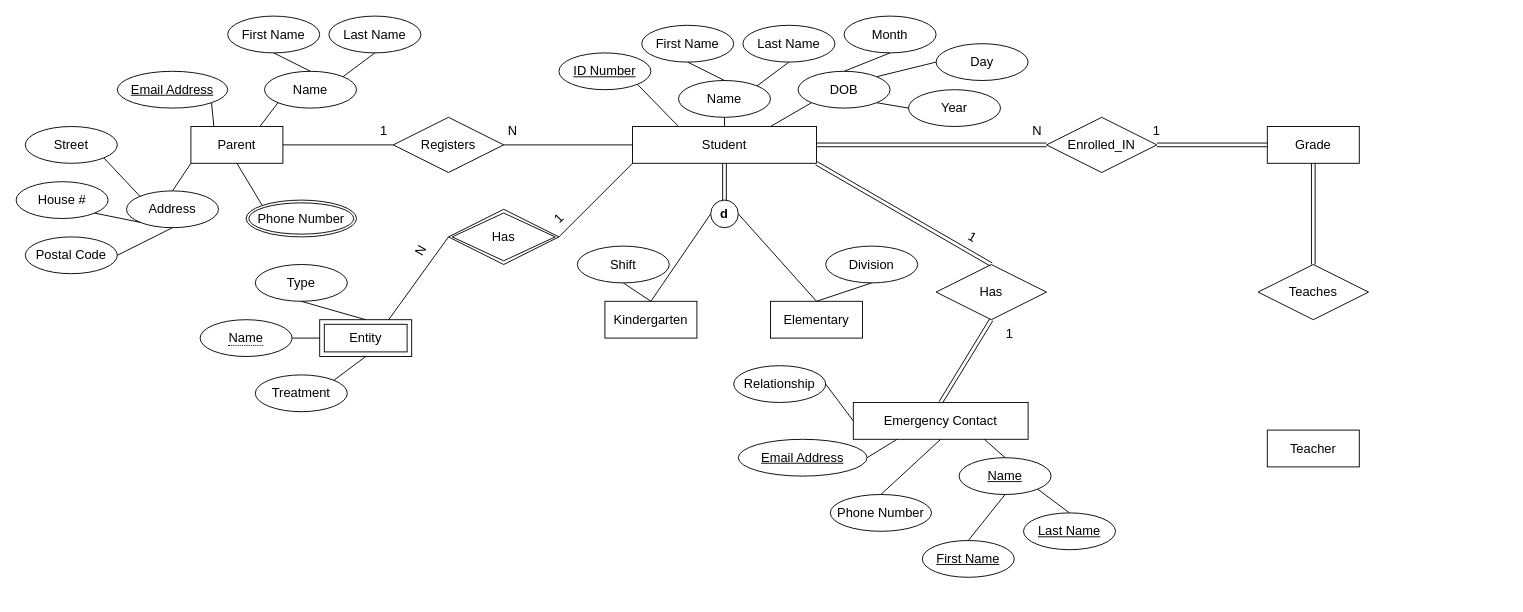
Above: EERD-Assignment-1.drawio in HAZberi/ensf-608-assignment1-eerd (draw.io), before the change. Source tidied: cells renumbered, new cells numbered last; positions are measured from the earlier drawing's top-left corner, leaving out a move shared by most shapes. Both pictures are drawn from the tidied source at 92%, with x=0, y=0 at pixel (16, 16).
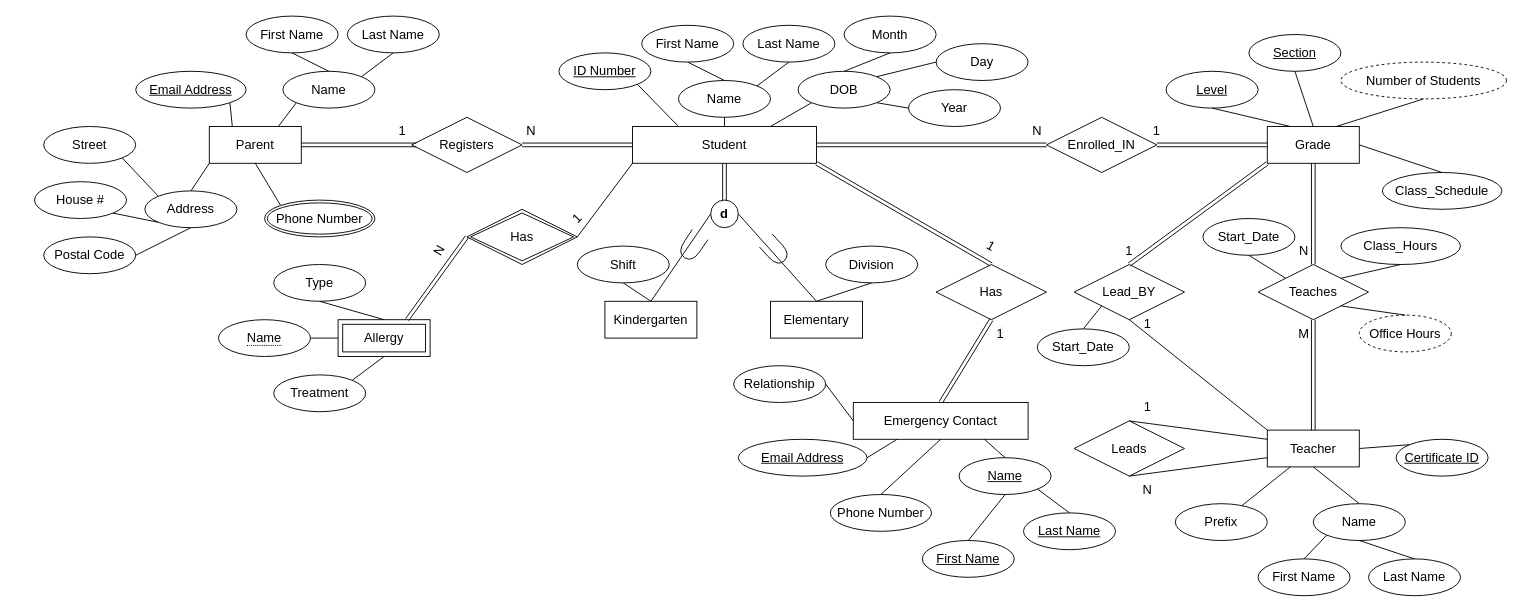
The same page after the edit.

Unchanged cells that the change refers to:
```xml
<mxCell id="2" value="&lt;font style=&quot;font-size: 14px;&quot;&gt;Student&lt;/font&gt;" style="whiteSpace=wrap;html=1;align=center;" parent="1" vertex="1">
  <mxGeometry x="670" y="120" width="200" height="40" as="geometry" />
</mxCell>
<mxCell id="83" value="Grade" style="whiteSpace=wrap;html=1;align=center;fontSize=14;" parent="1" vertex="1">
  <mxGeometry x="1360" y="120" width="100" height="40" as="geometry" />
</mxCell>
<mxCell id="89" value="Teaches" style="shape=rhombus;perimeter=rhombusPerimeter;whiteSpace=wrap;html=1;align=center;fontSize=14;" parent="1" vertex="1">
  <mxGeometry x="1350" y="270" width="120" height="60" as="geometry" />
</mxCell>
<mxCell id="91" value="Teacher" style="whiteSpace=wrap;html=1;align=center;fontSize=14;" parent="1" vertex="1">
  <mxGeometry x="1360" y="450" width="100" height="40" as="geometry" />
</mxCell>
```

Diff of the diagram source:
```diff
@@
     <mxCell id="29" value="&lt;span style=&quot;color: rgb(0, 0, 0); font-family: Helvetica; font-size: 14px; font-style: normal; font-variant-ligatures: normal; font-variant-caps: normal; font-weight: 400; letter-spacing: normal; orphans: 2; text-align: center; text-indent: 0px; text-transform: none; widows: 2; word-spacing: 0px; -webkit-text-stroke-width: 0px; background-color: rgb(248, 249, 250); text-decoration-thickness: initial; text-decoration-style: initial; text-decoration-color: initial; float: none; display: inline !important;&quot;&gt;N&lt;/span&gt;" style="text;html=1;strokeColor=none;fillColor=none;align=center;verticalAlign=middle;whiteSpace=wrap;rounded=0;fontSize=14;" parent="1" vertex="1">
-      <mxGeometry x="510" y="110" width="60" height="30" as="geometry" />
+      <mxGeometry x="530" y="110" width="60" height="30" as="geometry" />
     </mxCell>
-    <mxCell id="30" style="endArrow=none;html=1;rounded=0;fontSize=14;entryX=0;entryY=0.5;entryDx=0;entryDy=0;exitX=1;exitY=0.5;exitDx=0;exitDy=0;" parent="1" edge="1" source="31" target="2">
-      <mxGeometry relative="1" as="geometry" />
-    </mxCell>
     <mxCell id="31" value="Registers" style="shape=rhombus;perimeter=rhombusPerimeter;whiteSpace=wrap;html=1;align=center;fontSize=14;" parent="1" vertex="1">
-      <mxGeometry x="410" y="110" width="120" height="60" as="geometry" />
+      <mxGeometry x="430" y="110" width="120" height="60" as="geometry" />
     </mxCell>
     <mxCell id="32" value="Parent" style="whiteSpace=wrap;html=1;align=center;fontSize=14;" parent="1" vertex="1">
-      <mxGeometry x="190" y="120" width="100" height="40" as="geometry" />
+      <mxGeometry x="210" y="120" width="100" height="40" as="geometry" />
     </mxCell>
-    <mxCell id="33" style="endArrow=none;html=1;rounded=0;fontSize=14;entryX=0;entryY=0.5;entryDx=0;entryDy=0;exitX=1;exitY=0.5;exitDx=0;exitDy=0;" parent="1" edge="1" source="32" target="31">
-      <mxGeometry relative="1" as="geometry" />
-    </mxCell>
     <mxCell id="34" value="1" style="text;html=1;strokeColor=none;fillColor=none;align=center;verticalAlign=middle;whiteSpace=wrap;rounded=0;fontSize=14;" parent="1" vertex="1">
-      <mxGeometry x="370" y="110" width="60" height="30" as="geometry" />
+      <mxGeometry x="390" y="110" width="60" height="30" as="geometry" />
     </mxCell>
     <mxCell id="35" value="Name" style="ellipse;whiteSpace=wrap;html=1;align=center;fontSize=14;" parent="1" vertex="1">
-      <mxGeometry x="270" y="60" width="100" height="40" as="geometry" />
+      <mxGeometry x="290" y="60" width="100" height="40" as="geometry" />
     </mxCell>
     <mxCell id="36" value="Last Name" style="ellipse;whiteSpace=wrap;html=1;align=center;fontSize=14;" parent="1" vertex="1">
-      <mxGeometry x="340" width="100" height="40" as="geometry" />
+      <mxGeometry x="360" width="100" height="40" as="geometry" />
     </mxCell>
     <mxCell id="37" value="First Name" style="ellipse;whiteSpace=wrap;html=1;align=center;fontSize=14;" parent="1" vertex="1">
-      <mxGeometry x="230" width="100" height="40" as="geometry" />
+      <mxGeometry x="250" width="100" height="40" as="geometry" />
     </mxCell>
@@
     <mxCell id="41" value="Email Address" style="ellipse;whiteSpace=wrap;html=1;align=center;fontStyle=4;fontSize=14;" parent="1" vertex="1">
-      <mxGeometry x="110" y="60" width="120" height="40" as="geometry" />
+      <mxGeometry x="130" y="60" width="120" height="40" as="geometry" />
     </mxCell>
@@
     <mxCell id="43" value="Address" style="ellipse;whiteSpace=wrap;html=1;align=center;fontSize=14;" parent="1" vertex="1">
-      <mxGeometry x="120" y="190" width="100" height="40" as="geometry" />
+      <mxGeometry x="140" y="190" width="100" height="40" as="geometry" />
     </mxCell>
@@
     <mxCell id="45" value="Postal Code" style="ellipse;whiteSpace=wrap;html=1;align=center;fontSize=14;" parent="1" vertex="1">
-      <mxGeometry x="10" y="240" width="100" height="40" as="geometry" />
+      <mxGeometry x="30" y="240" width="100" height="40" as="geometry" />
     </mxCell>
     <mxCell id="46" value="House #" style="ellipse;whiteSpace=wrap;html=1;align=center;fontSize=14;" parent="1" vertex="1">
-      <mxGeometry y="180" width="100" height="40" as="geometry" />
+      <mxGeometry x="20" y="180" width="100" height="40" as="geometry" />
     </mxCell>
     <mxCell id="47" value="Street" style="ellipse;whiteSpace=wrap;html=1;align=center;fontSize=14;" parent="1" vertex="1">
-      <mxGeometry x="10" y="120" width="100" height="40" as="geometry" />
+      <mxGeometry x="30" y="120" width="100" height="40" as="geometry" />
     </mxCell>
@@
     <mxCell id="51" value="Phone Number" style="ellipse;shape=doubleEllipse;margin=3;whiteSpace=wrap;html=1;align=center;fontSize=14;" parent="1" vertex="1">
-      <mxGeometry x="250" y="200" width="120" height="40" as="geometry" />
+      <mxGeometry x="270" y="200" width="120" height="40" as="geometry" />
     </mxCell>
@@
     <mxCell id="53" value="Has" style="shape=rhombus;double=1;perimeter=rhombusPerimeter;whiteSpace=wrap;html=1;align=center;fontSize=14;" parent="1" vertex="1">
-      <mxGeometry x="470" y="210" width="120" height="60" as="geometry" />
+      <mxGeometry x="490" y="210" width="120" height="60" as="geometry" />
     </mxCell>
@@
     <mxCell id="55" value="1" style="text;html=1;strokeColor=none;fillColor=none;align=center;verticalAlign=middle;whiteSpace=wrap;rounded=0;fontSize=14;rotation=-45;" parent="1" vertex="1">
-      <mxGeometry x="560" y="205" width="60" height="30" as="geometry" />
+      <mxGeometry x="580" y="205" width="60" height="30" as="geometry" />
     </mxCell>
-    <mxCell id="56" value="Entity" style="shape=ext;margin=3;double=1;whiteSpace=wrap;html=1;align=center;fontSize=14;" parent="1" vertex="1">
-      <mxGeometry x="330" y="330" width="100" height="40" as="geometry" />
+    <mxCell id="56" value="Allergy" style="shape=ext;margin=3;double=1;whiteSpace=wrap;html=1;align=center;fontSize=14;" parent="1" vertex="1">
+      <mxGeometry x="350" y="330" width="100" height="40" as="geometry" />
     </mxCell>
-    <mxCell id="57" style="endArrow=none;html=1;rounded=0;fontSize=14;entryX=0;entryY=0.5;entryDx=0;entryDy=0;exitX=0.75;exitY=0;exitDx=0;exitDy=0;" parent="1" edge="1" source="56" target="53">
-      <mxGeometry relative="1" as="geometry" />
-    </mxCell>
     <mxCell id="58" value="N" style="text;html=1;strokeColor=none;fillColor=none;align=center;verticalAlign=middle;whiteSpace=wrap;rounded=0;fontSize=14;rotation=-60;" parent="1" vertex="1">
-      <mxGeometry x="410" y="240" width="60" height="30" as="geometry" />
+      <mxGeometry x="430" y="240" width="60" height="30" as="geometry" />
     </mxCell>
     <mxCell id="59" value="Type" style="ellipse;whiteSpace=wrap;html=1;align=center;fontSize=14;" parent="1" vertex="1">
-      <mxGeometry x="260" y="270" width="100" height="40" as="geometry" />
+      <mxGeometry x="280" y="270" width="100" height="40" as="geometry" />
     </mxCell>
     <mxCell id="60" value="Treatment" style="ellipse;whiteSpace=wrap;html=1;align=center;fontSize=14;" parent="1" vertex="1">
-      <mxGeometry x="260" y="390" width="100" height="40" as="geometry" />
+      <mxGeometry x="280" y="390" width="100" height="40" as="geometry" />
     </mxCell>
@@
     <mxCell id="64" value="&lt;span style=&quot;border-bottom: 1px dotted&quot;&gt;Name&lt;/span&gt;" style="ellipse;whiteSpace=wrap;html=1;align=center;fontSize=14;" parent="1" vertex="1">
-      <mxGeometry x="200" y="330" width="100" height="40" as="geometry" />
+      <mxGeometry x="220" y="330" width="100" height="40" as="geometry" />
     </mxCell>
@@
     <mxCell id="67" value="1" style="text;html=1;strokeColor=none;fillColor=none;align=center;verticalAlign=middle;whiteSpace=wrap;rounded=0;fontSize=14;rotation=30;" parent="1" vertex="1">
-      <mxGeometry x="1010" y="225" width="60" height="30" as="geometry" />
+      <mxGeometry x="1030" y="235" width="60" height="30" as="geometry" />
     </mxCell>
     <mxCell id="68" value="&lt;span style=&quot;color: rgb(0, 0, 0); font-family: Helvetica; font-size: 14px; font-style: normal; font-variant-ligatures: normal; font-variant-caps: normal; font-weight: 400; letter-spacing: normal; orphans: 2; text-align: center; text-indent: 0px; text-transform: none; widows: 2; word-spacing: 0px; -webkit-text-stroke-width: 0px; background-color: rgb(248, 249, 250); text-decoration-thickness: initial; text-decoration-style: initial; text-decoration-color: initial; float: none; display: inline !important;&quot;&gt;1&lt;/span&gt;" style="text;html=1;strokeColor=none;fillColor=none;align=center;verticalAlign=middle;whiteSpace=wrap;rounded=0;fontSize=14;" parent="1" vertex="1">
-      <mxGeometry x="1050" y="330" width="60" height="30" as="geometry" />
+      <mxGeometry x="1040" y="330" width="60" height="30" as="geometry" />
     </mxCell>
@@
+    <mxCell id="92" style="shape=link;html=1;rounded=0;fontSize=14;exitX=0.5;exitY=1;exitDx=0;exitDy=0;entryX=0.5;entryY=0;entryDx=0;entryDy=0;" parent="1" edge="1" source="89" target="91">
+      <mxGeometry relative="1" as="geometry" />
+    </mxCell>
+    <mxCell id="93" value="Class_Hours" style="ellipse;whiteSpace=wrap;html=1;align=center;fontSize=14;" parent="1" vertex="1">
+      <mxGeometry x="1440" y="230" width="130" height="40" as="geometry" />
+    </mxCell>
+    <mxCell id="94" value="Start_Date" style="ellipse;whiteSpace=wrap;html=1;align=center;fontSize=14;" parent="1" vertex="1">
+      <mxGeometry x="1290" y="220" width="100" height="40" as="geometry" />
+    </mxCell>
+    <mxCell id="95" style="endArrow=none;html=1;rounded=0;fontSize=14;exitX=0.5;exitY=1;exitDx=0;exitDy=0;entryX=0;entryY=0;entryDx=0;entryDy=0;" parent="1" edge="1" source="94" target="89">
+      <mxGeometry relative="1" as="geometry" />
+    </mxCell>
+    <mxCell id="96" style="endArrow=none;html=1;rounded=0;fontSize=14;entryX=0.5;entryY=1;entryDx=0;entryDy=0;exitX=1;exitY=0;exitDx=0;exitDy=0;" parent="1" edge="1" source="89" target="93">
+      <mxGeometry relative="1" as="geometry" />
+    </mxCell>
+    <mxCell id="97" value="N" style="text;html=1;strokeColor=none;fillColor=none;align=center;verticalAlign=middle;whiteSpace=wrap;rounded=0;fontSize=14;" parent="1" vertex="1">
+      <mxGeometry x="1370" y="240" width="60" height="30" as="geometry" />
+    </mxCell>
+    <mxCell id="98" value="M" style="text;html=1;strokeColor=none;fillColor=none;align=center;verticalAlign=middle;whiteSpace=wrap;rounded=0;fontSize=14;" parent="1" vertex="1">
+      <mxGeometry x="1370" y="330" width="60" height="30" as="geometry" />
+    </mxCell>
+    <mxCell id="99" style="group;strokeWidth=7;rotation=-235;" parent="1" vertex="1">
+      <mxGeometry x="720" y="240" width="30" height="20" as="geometry" />
+    </mxCell>
+    <mxCell id="100" style="endArrow=none;html=1;rounded=0;fontSize=14;" parent="99" edge="1">
+      <mxGeometry relative="1" as="geometry">
+        <mxPoint x="32" y="3" as="sourcePoint" />
+        <mxPoint x="23" y="16" as="targetPoint" />
+      </mxGeometry>
+    </mxCell>
+    <mxCell id="101" style="endArrow=none;html=1;rounded=0;fontSize=14;" parent="99" edge="1">
+      <mxGeometry relative="1" as="geometry">
+        <mxPoint x="15" y="-8" as="sourcePoint" />
+        <mxPoint x="7" y="4" as="targetPoint" />
+      </mxGeometry>
+    </mxCell>
+    <mxCell id="102" style="curved=1;endArrow=none;html=1;rounded=0;fontSize=14;endFill=0;" parent="99" edge="1">
+      <mxGeometry relative="1" as="geometry">
+        <mxPoint x="7" y="4" as="sourcePoint" />
+        <mxPoint x="23" y="16" as="targetPoint" />
+        <Array as="points">
+          <mxPoint x="-2" y="17" />
+          <mxPoint x="15" y="28" />
+        </Array>
+      </mxGeometry>
+    </mxCell>
+    <mxCell id="103" style="group;strokeWidth=7;rotation=49;" parent="1" vertex="1">
+      <mxGeometry x="810" y="245" width="30" height="20" as="geometry" />
+    </mxCell>
+    <mxCell id="104" style="endArrow=none;html=1;rounded=0;fontSize=14;" parent="103" edge="1">
+      <mxGeometry relative="1" as="geometry">
+        <mxPoint x="12" y="-8" as="sourcePoint" />
+        <mxPoint x="23" y="4" as="targetPoint" />
+      </mxGeometry>
+    </mxCell>
+    <mxCell id="105" style="endArrow=none;html=1;rounded=0;fontSize=14;" parent="103" edge="1">
+      <mxGeometry relative="1" as="geometry">
+        <mxPoint x="-2" y="6" as="sourcePoint" />
+        <mxPoint x="7" y="16" as="targetPoint" />
+      </mxGeometry>
+    </mxCell>
+    <mxCell id="106" style="curved=1;endArrow=none;html=1;rounded=0;fontSize=14;endFill=0;" parent="103" edge="1">
+      <mxGeometry relative="1" as="geometry">
+        <mxPoint x="7" y="16" as="sourcePoint" />
+        <mxPoint x="23" y="4" as="targetPoint" />
+        <Array as="points">
+          <mxPoint x="18" y="28" />
+          <mxPoint x="32" y="14" />
+        </Array>
+      </mxGeometry>
+    </mxCell>
+    <mxCell id="107" value="Last Name" style="ellipse;whiteSpace=wrap;html=1;align=center;strokeWidth=1;fontSize=14;" parent="1" vertex="1">
+      <mxGeometry x="1470" y="590" width="100" height="40" as="geometry" />
+    </mxCell>
+    <mxCell id="108" value="First Name" style="ellipse;whiteSpace=wrap;html=1;align=center;strokeWidth=1;fontSize=14;" parent="1" vertex="1">
+      <mxGeometry x="1350" y="590" width="100" height="40" as="geometry" />
+    </mxCell>
+    <mxCell id="109" value="Name" style="ellipse;whiteSpace=wrap;html=1;align=center;strokeWidth=1;fontSize=14;" parent="1" vertex="1">
+      <mxGeometry x="1410" y="530" width="100" height="40" as="geometry" />
+    </mxCell>
+    <mxCell id="110" value="&lt;u&gt;Certificate ID&lt;/u&gt;" style="ellipse;whiteSpace=wrap;html=1;align=center;strokeWidth=1;fontSize=14;" parent="1" vertex="1">
+      <mxGeometry x="1500" y="460" width="100" height="40" as="geometry" />
+    </mxCell>
+    <mxCell id="111" value="Prefix" style="ellipse;whiteSpace=wrap;html=1;align=center;strokeWidth=1;fontSize=14;" parent="1" vertex="1">
+      <mxGeometry x="1260" y="530" width="100" height="40" as="geometry" />
+    </mxCell>
+    <mxCell id="112" style="endArrow=none;html=1;rounded=0;fontSize=14;exitX=0;exitY=0;exitDx=0;exitDy=0;entryX=1;entryY=0.5;entryDx=0;entryDy=0;" parent="1" edge="1" source="110" target="91">
+      <mxGeometry relative="1" as="geometry" />
+    </mxCell>
+    <mxCell id="113" style="endArrow=none;html=1;rounded=0;fontSize=14;entryX=0.25;entryY=1;entryDx=0;entryDy=0;" parent="1" edge="1" source="111" target="91">
+      <mxGeometry relative="1" as="geometry" />
+    </mxCell>
+    <mxCell id="114" style="endArrow=none;html=1;rounded=0;fontSize=14;entryX=0.5;entryY=1;entryDx=0;entryDy=0;exitX=0.5;exitY=0;exitDx=0;exitDy=0;" parent="1" edge="1" source="109" target="91">
+      <mxGeometry relative="1" as="geometry" />
+    </mxCell>
+    <mxCell id="115" style="endArrow=none;html=1;rounded=0;fontSize=14;exitX=0.5;exitY=0;exitDx=0;exitDy=0;entryX=0;entryY=1;entryDx=0;entryDy=0;" parent="1" edge="1" source="108" target="109">
+      <mxGeometry relative="1" as="geometry" />
+    </mxCell>
+    <mxCell id="116" style="endArrow=none;html=1;rounded=0;fontSize=14;entryX=0.5;entryY=0;entryDx=0;entryDy=0;exitX=0.5;exitY=1;exitDx=0;exitDy=0;" parent="1" edge="1" source="109" target="107">
+      <mxGeometry relative="1" as="geometry" />
+    </mxCell>
+    <mxCell id="117" value="Number of Students" style="ellipse;whiteSpace=wrap;html=1;align=center;dashed=1;strokeWidth=1;fontSize=14;" parent="1" vertex="1">
+      <mxGeometry x="1440" y="50" width="180" height="40" as="geometry" />
+    </mxCell>
+    <mxCell id="118" style="endArrow=none;html=1;rounded=0;fontSize=14;entryX=0.5;entryY=1;entryDx=0;entryDy=0;exitX=0.75;exitY=0;exitDx=0;exitDy=0;" parent="1" edge="1" source="83" target="117">
+      <mxGeometry relative="1" as="geometry" />
+    </mxCell>
+    <mxCell id="119" value="&lt;u&gt;Level&lt;/u&gt;" style="ellipse;whiteSpace=wrap;html=1;align=center;strokeWidth=1;fontSize=14;" parent="1" vertex="1">
+      <mxGeometry x="1250" y="60" width="100" height="40" as="geometry" />
+    </mxCell>
+    <mxCell id="120" style="endArrow=none;html=1;rounded=0;fontSize=14;entryX=0.5;entryY=1;entryDx=0;entryDy=0;exitX=0.25;exitY=0;exitDx=0;exitDy=0;" parent="1" edge="1" source="83" target="119">
+      <mxGeometry relative="1" as="geometry" />
+    </mxCell>
+    <mxCell id="121" value="&lt;u&gt;Section&lt;/u&gt;" style="ellipse;whiteSpace=wrap;html=1;align=center;strokeWidth=1;fontSize=14;" parent="1" vertex="1">
+      <mxGeometry x="1340" y="20" width="100" height="40" as="geometry" />
+    </mxCell>
+    <mxCell id="122" style="endArrow=none;html=1;rounded=0;fontSize=14;entryX=0.5;entryY=0;entryDx=0;entryDy=0;exitX=0.5;exitY=1;exitDx=0;exitDy=0;" parent="1" edge="1" source="121" target="83">
+      <mxGeometry relative="1" as="geometry" />
+    </mxCell>
+    <mxCell id="123" value="Lead_BY" style="shape=rhombus;perimeter=rhombusPerimeter;whiteSpace=wrap;html=1;align=center;strokeWidth=1;fontSize=14;" parent="1" vertex="1">
+      <mxGeometry x="1150" y="270" width="120" height="60" as="geometry" />
+    </mxCell>
+    <mxCell id="124" style="endArrow=none;html=1;rounded=0;fontSize=14;exitX=0.5;exitY=1;exitDx=0;exitDy=0;entryX=0;entryY=0;entryDx=0;entryDy=0;" parent="1" edge="1" source="123" target="91">
+      <mxGeometry relative="1" as="geometry" />
+    </mxCell>
+    <mxCell id="125" value="1" style="text;html=1;strokeColor=none;fillColor=none;align=center;verticalAlign=middle;whiteSpace=wrap;rounded=0;fontSize=14;" parent="1" vertex="1">
+      <mxGeometry x="1200" y="320" width="60" height="30" as="geometry" />
+    </mxCell>
+    <mxCell id="126" style="shape=link;html=1;rounded=0;fontSize=14;endArrow=none;endFill=0;entryX=0;entryY=1;entryDx=0;entryDy=0;exitX=0.5;exitY=0;exitDx=0;exitDy=0;" parent="1" edge="1" source="123" target="83">
+      <mxGeometry relative="1" as="geometry" />
+    </mxCell>
+    <mxCell id="127" value="1" style="text;html=1;strokeColor=none;fillColor=none;align=center;verticalAlign=middle;whiteSpace=wrap;rounded=0;fontSize=14;" parent="1" vertex="1">
+      <mxGeometry x="1180" y="240" width="60" height="30" as="geometry" />
+    </mxCell>
+    <mxCell id="128" value="Leads" style="shape=rhombus;perimeter=rhombusPerimeter;whiteSpace=wrap;html=1;align=center;strokeWidth=1;fontSize=14;" parent="1" vertex="1">
+      <mxGeometry x="1150" y="440" width="120" height="60" as="geometry" />
+    </mxCell>
+    <mxCell id="129" style="endArrow=none;html=1;rounded=0;fontSize=14;entryX=0;entryY=0.25;entryDx=0;entryDy=0;exitX=0.5;exitY=0;exitDx=0;exitDy=0;" parent="1" edge="1" source="128" target="91">
+      <mxGeometry relative="1" as="geometry" />
+    </mxCell>
+    <mxCell id="130" style="endArrow=none;html=1;rounded=0;fontSize=14;entryX=0;entryY=0.75;entryDx=0;entryDy=0;exitX=0.5;exitY=1;exitDx=0;exitDy=0;" parent="1" edge="1" source="128" target="91">
+      <mxGeometry relative="1" as="geometry" />
+    </mxCell>
+    <mxCell id="131" value="1" style="text;html=1;strokeColor=none;fillColor=none;align=center;verticalAlign=middle;whiteSpace=wrap;rounded=0;fontSize=14;" parent="1" vertex="1">
+      <mxGeometry x="1200" y="410" width="60" height="30" as="geometry" />
+    </mxCell>
+    <mxCell id="132" value="N" style="text;html=1;strokeColor=none;fillColor=none;align=center;verticalAlign=middle;whiteSpace=wrap;rounded=0;fontSize=14;" parent="1" vertex="1">
+      <mxGeometry x="1200" y="500" width="60" height="30" as="geometry" />
+    </mxCell>
+    <mxCell id="133" value="Start_Date" style="ellipse;whiteSpace=wrap;html=1;align=center;fontSize=14;" parent="1" vertex="1">
+      <mxGeometry x="1110" y="340" width="100" height="40" as="geometry" />
+    </mxCell>
+    <mxCell id="134" style="endArrow=none;html=1;rounded=0;fontSize=14;entryX=0;entryY=1;entryDx=0;entryDy=0;exitX=0.5;exitY=0;exitDx=0;exitDy=0;" parent="1" edge="1" source="133" target="123">
+      <mxGeometry relative="1" as="geometry" />
+    </mxCell>
+    <mxCell id="135" value="Class_Schedule" style="ellipse;whiteSpace=wrap;html=1;align=center;strokeWidth=1;fontSize=14;" parent="1" vertex="1">
+      <mxGeometry x="1485" y="170" width="130" height="40" as="geometry" />
+    </mxCell>
+    <mxCell id="136" style="endArrow=none;html=1;rounded=0;fontSize=14;entryX=1;entryY=0.5;entryDx=0;entryDy=0;exitX=0.5;exitY=0;exitDx=0;exitDy=0;" parent="1" edge="1" source="135" target="83">
+      <mxGeometry relative="1" as="geometry" />
+    </mxCell>
+    <mxCell id="137" value="Office Hours" style="ellipse;whiteSpace=wrap;html=1;align=center;dashed=1;strokeWidth=1;fontSize=14;" parent="1" vertex="1">
+      <mxGeometry x="1460" y="325" width="100" height="40" as="geometry" />
+    </mxCell>
+    <mxCell id="138" style="endArrow=none;html=1;rounded=0;fontSize=14;entryX=0.5;entryY=0;entryDx=0;entryDy=0;exitX=1;exitY=1;exitDx=0;exitDy=0;" parent="1" edge="1" source="89" target="137">
+      <mxGeometry relative="1" as="geometry" />
+    </mxCell>
+    <mxCell id="57" style="shape=link;html=1;rounded=0;fontSize=14;endArrow=none;endFill=0;exitX=0.75;exitY=0;exitDx=0;exitDy=0;entryX=0;entryY=0.5;entryDx=0;entryDy=0;" parent="1" edge="1" source="56" target="53">
+      <mxGeometry relative="1" as="geometry" />
+    </mxCell>
+    <mxCell id="139" style="shape=link;html=1;rounded=0;fontSize=14;endArrow=none;endFill=0;entryX=0.75;entryY=1;entryDx=0;entryDy=0;exitX=1;exitY=0.5;exitDx=0;exitDy=0;" parent="1" edge="1" source="32" target="34">
+      <mxGeometry relative="1" as="geometry" />
+    </mxCell>
+    <mxCell id="30" style="shape=link;html=1;rounded=0;fontSize=14;endArrow=none;endFill=0;entryX=0;entryY=0.5;entryDx=0;entryDy=0;exitX=1;exitY=0.5;exitDx=0;exitDy=0;" parent="1" edge="1" source="31" target="2">
+      <mxGeometry relative="1" as="geometry" />
+    </mxCell>
```
